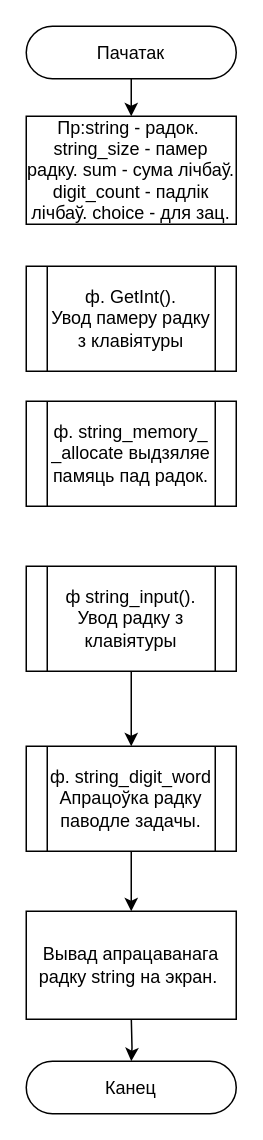
Before: laba5/laba6.drawio in chibixar/CBSUIR, a draw.io diagram. Source tidied: cells renumbered, new cells numbered last; positions are measured from the earlier drawing's top-left corner, leaving out a move shared by most shapes. Both pictures are drawn from the tidied source at 150%, with x=0, y=0 at pixel (26, 26).
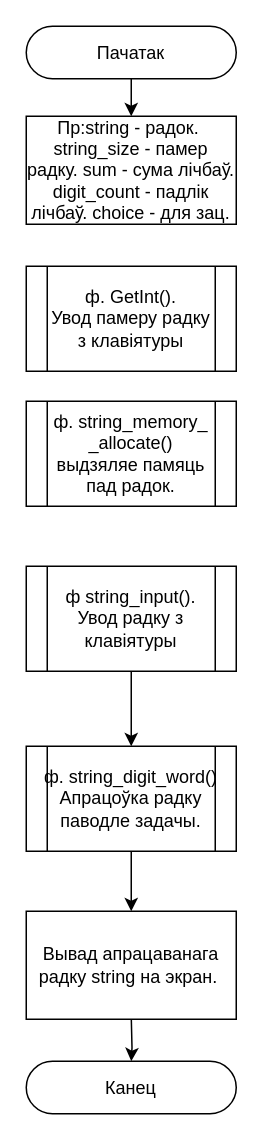
Above is the later version.

Commit message (it also covers changes not shown here):
Ghost laba7 + laba6

The edit, as a diff of the source:
```diff
@@
 <mxGraphModel>
   <root>
     <mxCell id="0" />
     <mxCell id="1" parent="0" />
     <mxCell id="2" style="edgeStyle=orthogonalEdgeStyle;rounded=0;jettySize=auto;html=1;" parent="1" edge="1" source="3" target="9">
       <mxGeometry relative="1" as="geometry" />
     </mxCell>
     <mxCell id="3" value="Пачатак" style="rounded=1;whiteSpace=wrap;html=1;arcSize=50;" parent="1" vertex="1">
       <mxGeometry width="140" height="35" as="geometry" />
     </mxCell>
     <mxCell id="4" style="edgeStyle=orthogonalEdgeStyle;rounded=0;jettySize=auto;html=1;" parent="1" edge="1" target="10">
       <mxGeometry relative="1" as="geometry">
         <mxPoint x="70" y="660" as="sourcePoint" />
       </mxGeometry>
     </mxCell>
     <mxCell id="5" style="edgeStyle=orthogonalEdgeStyle;rounded=0;jettySize=auto;html=1;" parent="1" edge="1" source="6" target="8">
       <mxGeometry relative="1" as="geometry" />
     </mxCell>
     <mxCell id="6" value="ф string_input().&lt;div&gt;Увод радку з клавіятуры&lt;/div&gt;" style="shape=process;whiteSpace=wrap;html=1;backgroundOutline=1;" parent="1" vertex="1">
       <mxGeometry y="360" width="140" height="70" as="geometry" />
     </mxCell>
     <mxCell id="7" style="edgeStyle=orthogonalEdgeStyle;rounded=0;jettySize=auto;html=1;" parent="1" edge="1" source="8">
       <mxGeometry relative="1" as="geometry">
         <mxPoint x="70" y="590" as="targetPoint" />
       </mxGeometry>
     </mxCell>
-    <mxCell id="8" value="ф.&amp;nbsp;string_digit_word&lt;div&gt;Апрацоўка радку паводле задачы.&lt;/div&gt;" style="shape=process;whiteSpace=wrap;html=1;backgroundOutline=1;" parent="1" vertex="1">
+    <mxCell id="8" value="ф.&amp;nbsp;string_digit_word()&lt;div&gt;Апрацоўка радку паводле задачы.&lt;/div&gt;" style="shape=process;whiteSpace=wrap;html=1;backgroundOutline=1;" parent="1" vertex="1">
       <mxGeometry y="480" width="140" height="70" as="geometry" />
     </mxCell>
     <mxCell id="9" value="Пр:string - радок.&amp;nbsp; string_size - памер радку. sum - сума лічбаў. digit_count - падлік лічбаў. choice - для зац." style="rounded=0;whiteSpace=wrap;html=1;" parent="1" vertex="1">
       <mxGeometry y="60" width="140" height="72" as="geometry" />
     </mxCell>
     <mxCell id="10" value="Канец" style="rounded=1;whiteSpace=wrap;html=1;arcSize=50;" parent="1" vertex="1">
       <mxGeometry y="690" width="140" height="35" as="geometry" />
     </mxCell>
     <mxCell id="11" value="ф. GetInt().&lt;div&gt;Увод памеру радку з клавіятуры&lt;/div&gt;" style="shape=process;whiteSpace=wrap;html=1;backgroundOutline=1;" parent="1" vertex="1">
       <mxGeometry y="160" width="140" height="70" as="geometry" />
     </mxCell>
-    <mxCell id="12" value="ф. string_memory_&lt;div&gt;_allocate выдзяляе памяць пад радок.&lt;/div&gt;" style="shape=process;whiteSpace=wrap;html=1;backgroundOutline=1;" parent="1" vertex="1">
+    <mxCell id="12" value="ф. string_memory_&lt;div&gt;_allocate() выдзяляе памяць пад радок.&lt;/div&gt;" style="shape=process;whiteSpace=wrap;html=1;backgroundOutline=1;" parent="1" vertex="1">
       <mxGeometry y="250" width="140" height="70" as="geometry" />
     </mxCell>
     <mxCell id="13" value="Вывад апрацаванага радку string на экран.&amp;nbsp;" style="rounded=0;whiteSpace=wrap;html=1;" parent="1" vertex="1">
       <mxGeometry y="590" width="140" height="72" as="geometry" />
     </mxCell>
   </root>
 </mxGraphModel>
```
